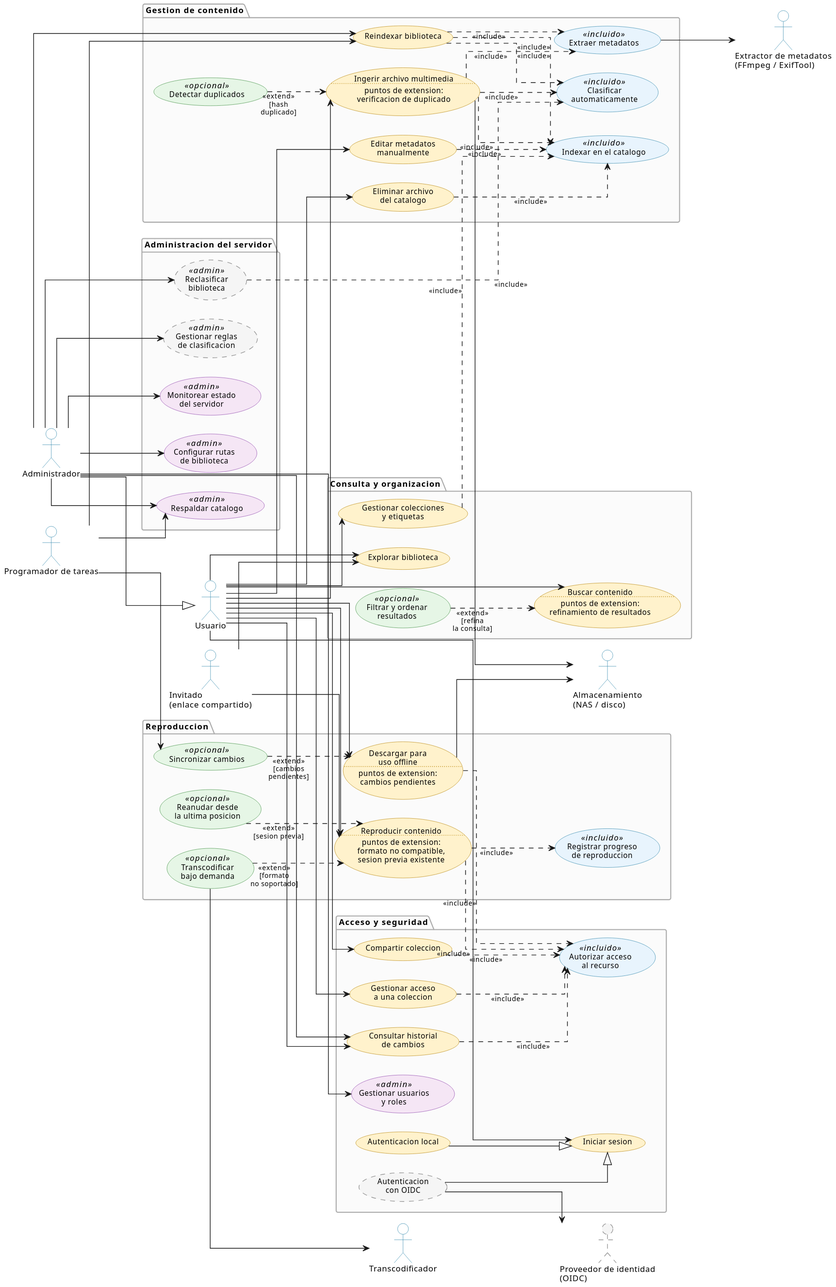
The PlantUML diagram docs/architecture/software/es/OmniStream-CasosDeUso.svg in fe-ba/OmniStream, before a commit.
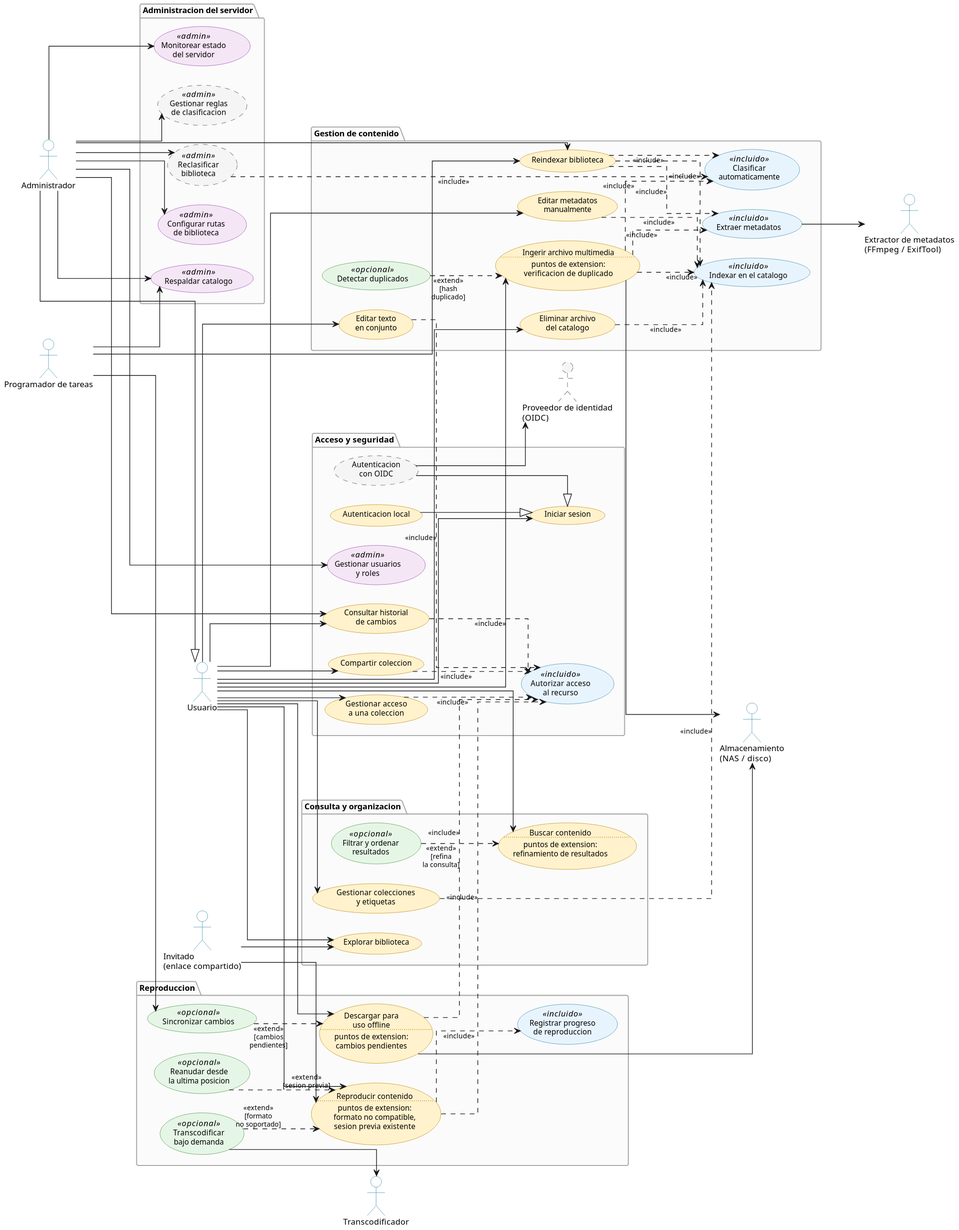
The same file after the commit.

Diff of the diagram source:
```diff
@@ -45,6 +45,7 @@
   usecase "Detectar duplicados"                   as UC5 <<opcional>>
   usecase "Editar metadatos\nmanualmente"         as UC6
   usecase "Eliminar archivo\ndel catalogo"        as UC7
+  usecase "Editar texto\nen conjunto"             as UC30
   usecase "Clasificar\nautomaticamente"         as UC25 <<incluido>>
 }
 
@@ -101,6 +102,7 @@
 Usuario --> UC20
 Usuario --> UC28
 Usuario --> UC29
+Usuario --> UC30
 
 Invitado --> UC10
 Invitado --> UC12
@@ -139,6 +141,7 @@
 UC20 ..> UC19 : <<include>>
 UC28 ..> UC19 : <<include>>
 UC29 ..> UC19 : <<include>>
+UC30 ..> UC19 : <<include>>
 
 UC5  ..> UC1  : <<extend>>\n[hash\nduplicado]
 UC13 ..> UC12 : <<extend>>\n[formato\nno soportado]
```
